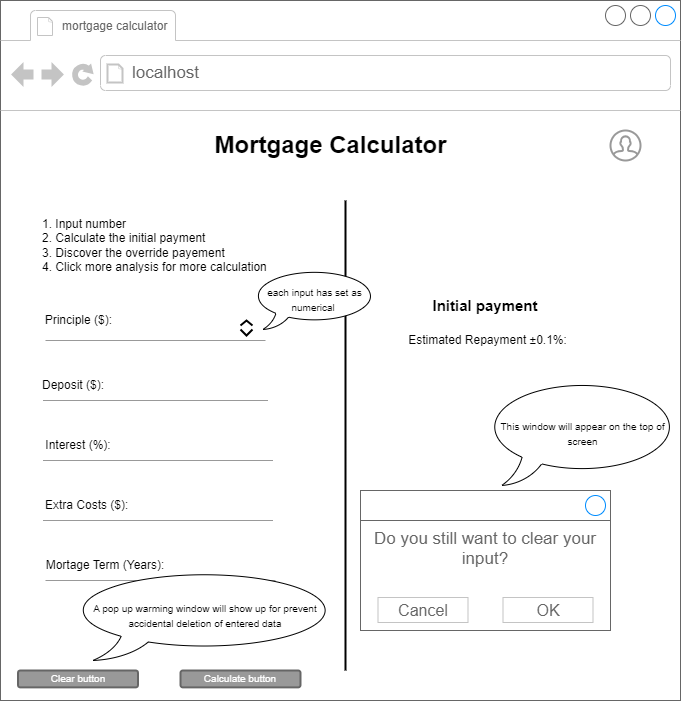
Earlier version of the draw.io export Design/wireframe_frist_time_mortgage_warning.png (KatherineMulder/ITPR7.508-Business-Application-Programming-Semester-One-2024). Source tidied: cells renumbered, new cells last; positions are measured from the earlier drawing's top-left corner, leaving out a move shared by most shapes.
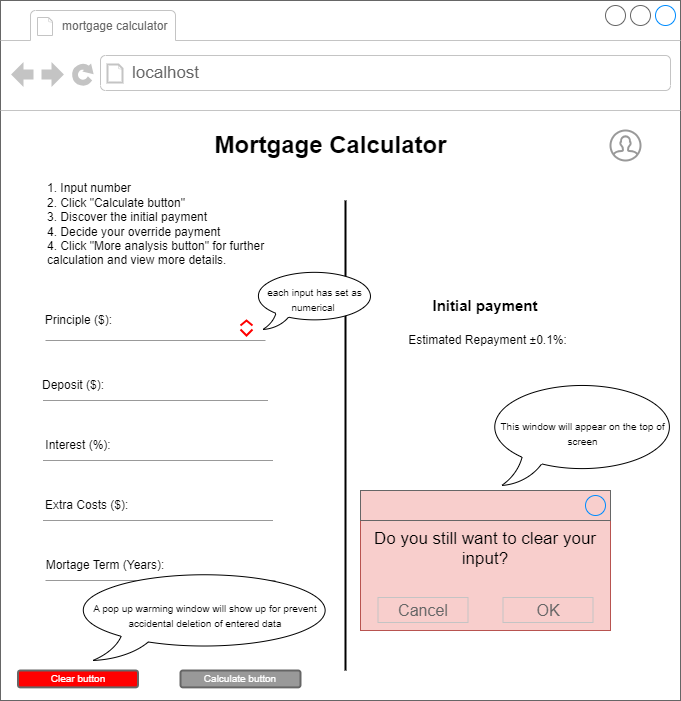
After the commit.

Commit message:
completed 6 more wireframe

Change to the diagram source:
```diff
@@ -50,7 +50,7 @@
     <mxCell id="17" value="Calculate button" style="rounded=1;html=1;shadow=0;dashed=0;whiteSpace=wrap;fontSize=10;fillColor=#999999;align=center;strokeColor=#666666;fontColor=#ffffff;strokeWidth=2;" parent="2" vertex="1">
       <mxGeometry x="180" y="670" width="120" height="16.9" as="geometry" />
     </mxCell>
-    <mxCell id="18" value="Clear button" style="rounded=1;html=1;shadow=0;dashed=0;whiteSpace=wrap;fontSize=10;fillColor=#999999;align=center;strokeColor=#666666;fontColor=#ffffff;strokeWidth=2;" parent="2" vertex="1">
+    <mxCell id="18" value="Clear button" style="rounded=1;html=1;shadow=0;dashed=0;whiteSpace=wrap;fontSize=10;fillColor=#FF0000;align=center;strokeColor=#666666;fontColor=#ffffff;strokeWidth=2;" parent="2" vertex="1">
       <mxGeometry x="17.5" y="670" width="120" height="16.9" as="geometry" />
     </mxCell>
     <mxCell id="19" style="line;strokeWidth=2;direction=south;html=1;" parent="2" vertex="1">
@@ -65,16 +65,13 @@
         <mxPoint x="490" y="230" as="targetPoint" />
       </mxGeometry>
     </mxCell>
-    <mxCell id="22" value="1. Input number&lt;br&gt;2. Calculate the initial payment&lt;br&gt;3. Discover the override payement&amp;nbsp;&lt;br&gt;4. Click more analysis for more calculation" style="text;html=1;strokeColor=none;fillColor=none;align=left;verticalAlign=middle;whiteSpace=wrap;rounded=0;" parent="2" vertex="1">
-      <mxGeometry x="40" y="210" width="260" height="70" as="geometry" />
-    </mxCell>
     <mxCell id="23" value="&lt;b&gt;&lt;font style=&quot;font-size: 15px;&quot;&gt;Initial payment&lt;/font&gt;&lt;/b&gt;" style="text;html=1;strokeColor=none;fillColor=none;align=center;verticalAlign=middle;whiteSpace=wrap;rounded=0;" parent="2" vertex="1">
       <mxGeometry x="400" y="290" width="170" height="30" as="geometry" />
     </mxCell>
-    <mxCell id="24" style="html=1;verticalLabelPosition=bottom;labelBackgroundColor=#ffffff;verticalAlign=top;shadow=0;dashed=0;strokeWidth=2;shape=mxgraph.ios7.misc.down;strokeColor=#000000;" parent="2" vertex="1">
+    <mxCell id="24" style="html=1;verticalLabelPosition=bottom;labelBackgroundColor=#ffffff;verticalAlign=top;shadow=0;dashed=0;strokeWidth=2;shape=mxgraph.ios7.misc.down;strokeColor=#FF0000;" parent="2" vertex="1">
       <mxGeometry x="240" y="329" width="12" height="6" as="geometry" />
     </mxCell>
-    <mxCell id="25" style="html=1;verticalLabelPosition=bottom;labelBackgroundColor=#ffffff;verticalAlign=top;shadow=0;dashed=0;strokeWidth=2;shape=mxgraph.ios7.misc.up;strokeColor=#000000;fontColor=#000000;" parent="2" vertex="1">
+    <mxCell id="25" style="html=1;verticalLabelPosition=bottom;labelBackgroundColor=#ffffff;verticalAlign=top;shadow=0;dashed=0;strokeWidth=2;shape=mxgraph.ios7.misc.up;strokeColor=#FF0000;fontColor=#000000;" parent="2" vertex="1">
       <mxGeometry x="240" y="320" width="12" height="5" as="geometry" />
     </mxCell>
     <mxCell id="26" value="&lt;font style=&quot;font-size: 10px;&quot;&gt;each input has set as numerical&amp;nbsp;&lt;/font&gt;" style="whiteSpace=wrap;html=1;shape=mxgraph.basic.oval_callout;" parent="2" vertex="1">
@@ -83,7 +80,7 @@
     <mxCell id="27" value="&lt;font style=&quot;font-size: 10px;&quot;&gt;A pop up warming window will show up for prevent accidental deletion of entered data&lt;/font&gt;" style="whiteSpace=wrap;html=1;shape=mxgraph.basic.oval_callout;" parent="2" vertex="1">
       <mxGeometry x="70" y="570" width="270" height="90" as="geometry" />
     </mxCell>
-    <mxCell id="28" value="Do you still want to clear your input?" style="strokeWidth=1;shadow=0;dashed=0;align=center;html=1;shape=mxgraph.mockup.containers.rrect;rSize=0;strokeColor=#666666;fontColor=#666666;fontSize=17;verticalAlign=top;whiteSpace=wrap;fillColor=#ffffff;spacingTop=32;" parent="2" vertex="1">
+    <mxCell id="28" value="Do you still want to clear your input?" style="strokeWidth=1;shadow=0;dashed=0;align=center;html=1;shape=mxgraph.mockup.containers.rrect;rSize=0;strokeColor=#b85450;fontSize=17;verticalAlign=top;whiteSpace=wrap;fillColor=#f8cecc;spacingTop=32;" parent="2" vertex="1">
       <mxGeometry x="360" y="490" width="250" height="140" as="geometry" />
     </mxCell>
     <mxCell id="29" style="strokeWidth=1;shadow=0;dashed=0;align=center;html=1;shape=mxgraph.mockup.containers.rrect;rSize=0;fontSize=17;fontColor=#666666;strokeColor=#666666;align=left;spacingLeft=8;fillColor=none;whiteSpace=wrap;" parent="28" vertex="1">
@@ -107,5 +104,8 @@
     <mxCell id="33" value="&lt;span style=&quot;font-size: 10px;&quot;&gt;This window will appear on the top of screen&lt;/span&gt;" style="whiteSpace=wrap;html=1;shape=mxgraph.basic.oval_callout;" parent="2" vertex="1">
       <mxGeometry x="485" y="380" width="195" height="105" as="geometry" />
     </mxCell>
+    <mxCell id="34" value="1. Input number&lt;br&gt;2. Click &quot;Calculate button&quot;&amp;nbsp;&lt;br&gt;3. Discover the initial payment&amp;nbsp;&lt;br&gt;4. Decide your override payment&lt;br&gt;4. Click &quot;More analysis button&quot; for further calculation and view more details." style="text;html=1;strokeColor=none;fillColor=none;align=left;verticalAlign=middle;whiteSpace=wrap;rounded=0;" parent="2" vertex="1">
+      <mxGeometry x="45" y="179" width="260" height="90" as="geometry" />
+    </mxCell>
   </root>
 </mxGraphModel>
```
